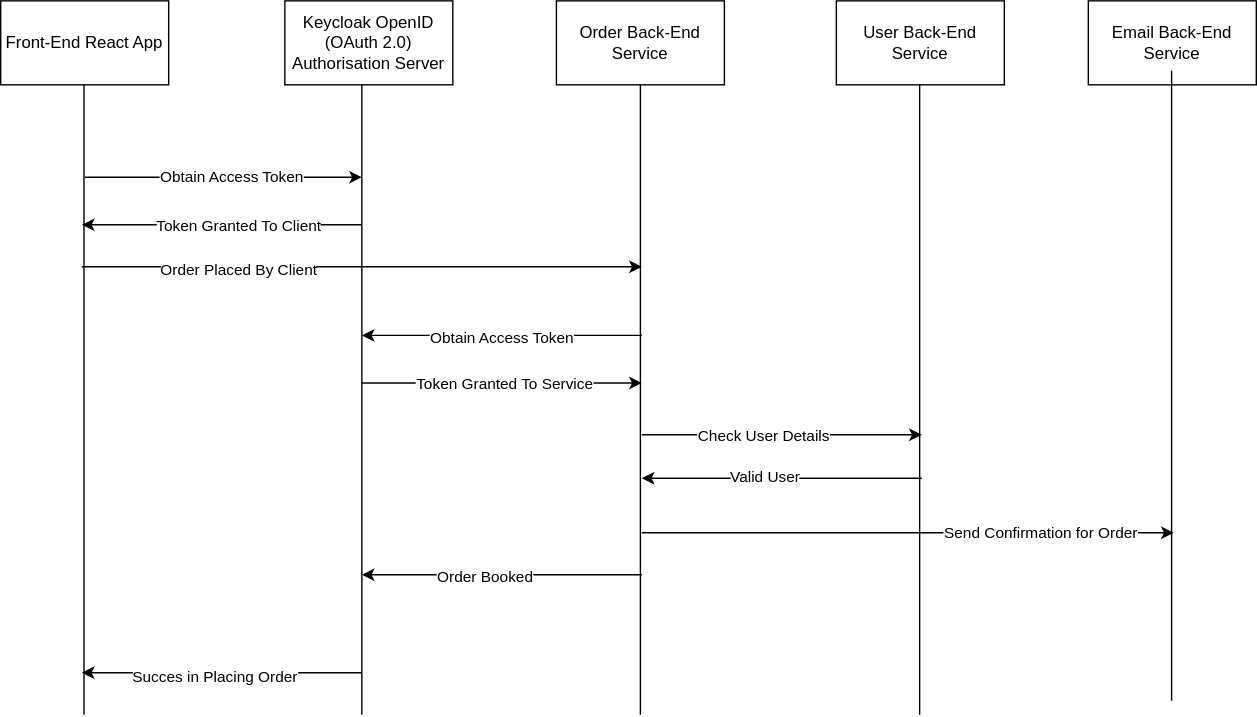
The draw.io diagram Food App Back-End Order Scenario .svg in gauravuq/Food-App-Back-End, before a commit. Source tidied: cells renumbered, new cells last; positions are measured from the earlier drawing's top-left corner, leaving out a move shared by most shapes.
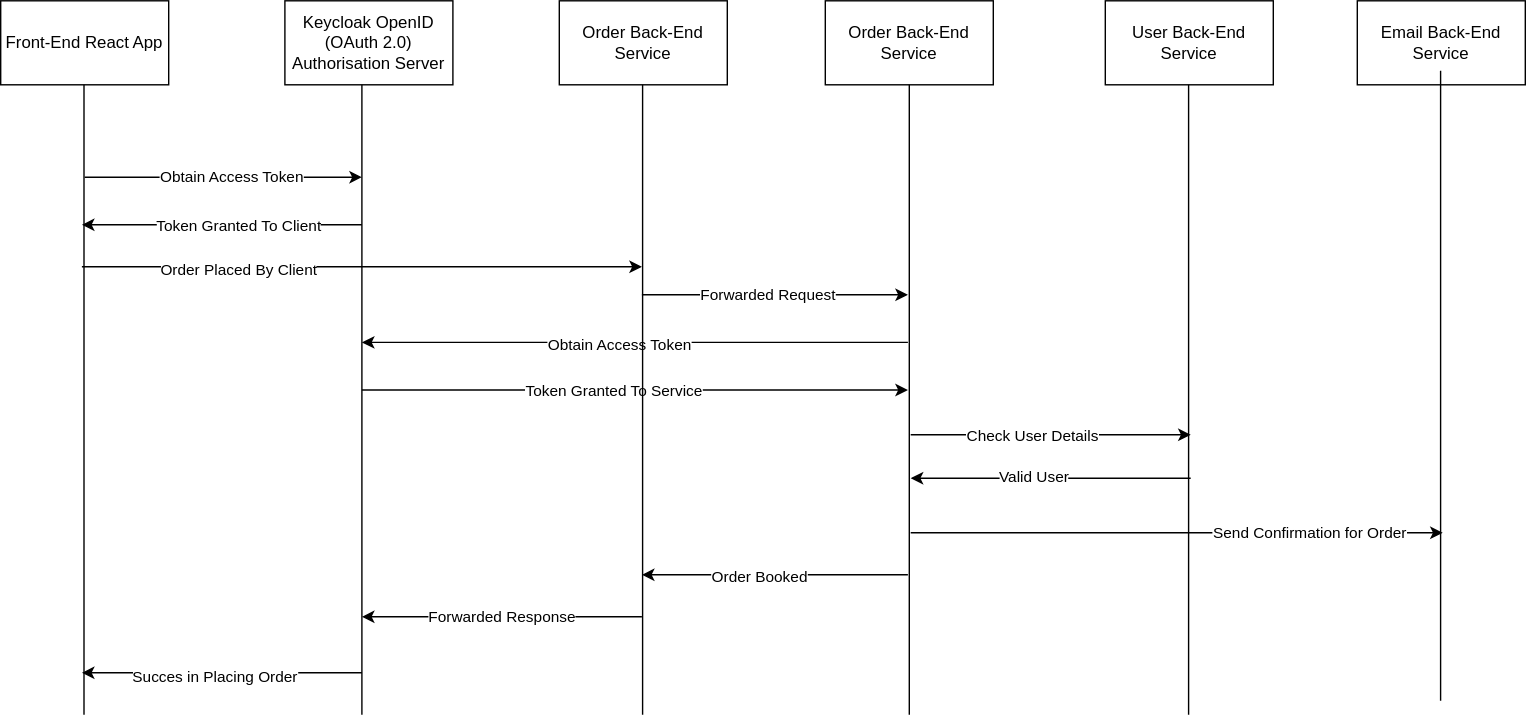
The same file after the commit.

The edit, as a diff of the source:
```diff
@@ -3,7 +3,7 @@
     <mxCell id="0" />
     <mxCell id="1" parent="0" />
     <mxCell id="2" value="Front-End React App" style="rounded=0;whiteSpace=wrap;html=1;" parent="1" vertex="1">
-      <mxGeometry width="120" height="60" as="geometry" />
+      <mxGeometry x="-192" width="120" height="60" as="geometry" />
     </mxCell>
     <mxCell id="3" value="&lt;span&gt;Order Back-End Service&lt;/span&gt;" style="rounded=0;whiteSpace=wrap;html=1;" parent="1" vertex="1">
       <mxGeometry x="397" width="120" height="60" as="geometry" />
@@ -12,7 +12,7 @@
       <mxGeometry x="777" width="120" height="60" as="geometry" />
     </mxCell>
     <mxCell id="5" value="&lt;span&gt;Keycloak OpenID (OAuth 2.0)&lt;/span&gt;&lt;br&gt;&lt;span&gt;Authorisation Server&lt;/span&gt;" style="rounded=0;whiteSpace=wrap;html=1;" parent="1" vertex="1">
-      <mxGeometry x="203" width="120" height="60" as="geometry" />
+      <mxGeometry x="11" width="120" height="60" as="geometry" />
     </mxCell>
     <mxCell id="6" value="&lt;span&gt;User Back-End Service&lt;/span&gt;" style="rounded=0;whiteSpace=wrap;html=1;" parent="1" vertex="1">
       <mxGeometry x="597" width="120" height="60" as="geometry" />
@@ -36,20 +36,20 @@
     </mxCell>
     <mxCell id="10" style="endArrow=none;html=1;entryX=0.5;entryY=1;entryDx=0;entryDy=0;" parent="1" edge="1">
       <mxGeometry relative="1" as="geometry">
-        <mxPoint x="258" y="510" as="sourcePoint" />
-        <mxPoint x="258" y="60" as="targetPoint" />
+        <mxPoint x="66" y="510" as="sourcePoint" />
+        <mxPoint x="66" y="60" as="targetPoint" />
       </mxGeometry>
     </mxCell>
     <mxCell id="11" style="endArrow=none;html=1;entryX=0.5;entryY=1;entryDx=0;entryDy=0;" parent="1" edge="1">
       <mxGeometry relative="1" as="geometry">
-        <mxPoint x="59.5" y="510" as="sourcePoint" />
-        <mxPoint x="59.5" y="60" as="targetPoint" />
+        <mxPoint x="-132.5" y="510" as="sourcePoint" />
+        <mxPoint x="-132.5" y="60" as="targetPoint" />
       </mxGeometry>
     </mxCell>
     <mxCell id="12" style="endArrow=classic;html=1;" parent="1" edge="1">
       <mxGeometry relative="1" as="geometry">
-        <mxPoint x="60" y="126" as="sourcePoint" />
-        <mxPoint x="258" y="126" as="targetPoint" />
+        <mxPoint x="-132" y="126" as="sourcePoint" />
+        <mxPoint x="66" y="126" as="targetPoint" />
       </mxGeometry>
     </mxCell>
     <mxCell id="13" value="Obtain Access Token" style="edgeLabel;html=1;align=center;verticalAlign=middle;" parent="12" vertex="1">
@@ -59,8 +59,8 @@
     </mxCell>
     <mxCell id="14" style="endArrow=classic;html=1;" parent="1" edge="1">
       <mxGeometry relative="1" as="geometry">
-        <mxPoint x="58" y="190" as="sourcePoint" />
-        <mxPoint x="458" y="190" as="targetPoint" />
+        <mxPoint x="-134" y="190" as="sourcePoint" />
+        <mxPoint x="266" y="190" as="targetPoint" />
       </mxGeometry>
     </mxCell>
     <mxCell id="15" value="Order Placed By Client" style="edgeLabel;html=1;align=center;verticalAlign=middle;" parent="14" vertex="1">
@@ -99,8 +99,8 @@
     </mxCell>
     <mxCell id="22" style="endArrow=classic;html=1;" parent="1" edge="1">
       <mxGeometry relative="1" as="geometry">
-        <mxPoint x="458" y="410" as="sourcePoint" />
-        <mxPoint x="258" y="410" as="targetPoint" />
+        <mxPoint x="456" y="410" as="sourcePoint" />
+        <mxPoint x="266" y="410" as="targetPoint" />
       </mxGeometry>
     </mxCell>
     <mxCell id="23" value="Order Booked" style="edgeLabel;html=1;align=center;verticalAlign=middle;" parent="22" vertex="1">
@@ -108,8 +108,8 @@
     </mxCell>
     <mxCell id="24" style="endArrow=classic;html=1;" parent="1" edge="1">
       <mxGeometry relative="1" as="geometry">
-        <mxPoint x="258" y="480" as="sourcePoint" />
-        <mxPoint x="58" y="480" as="targetPoint" />
+        <mxPoint x="66" y="480" as="sourcePoint" />
+        <mxPoint x="-134" y="480" as="targetPoint" />
       </mxGeometry>
     </mxCell>
     <mxCell id="25" value="Succes in Placing Order" style="edgeLabel;html=1;align=center;verticalAlign=middle;" parent="24" vertex="1">
@@ -119,8 +119,8 @@
     </mxCell>
     <mxCell id="26" style="endArrow=classic;html=1;" parent="1" edge="1">
       <mxGeometry relative="1" as="geometry">
-        <mxPoint x="258" y="160" as="sourcePoint" />
-        <mxPoint x="58" y="160" as="targetPoint" />
+        <mxPoint x="66" y="160" as="sourcePoint" />
+        <mxPoint x="-134" y="160" as="targetPoint" />
       </mxGeometry>
     </mxCell>
     <mxCell id="27" value="Token Granted To Client" style="edgeLabel;html=1;align=center;verticalAlign=middle;" parent="26" vertex="1">
@@ -130,8 +130,8 @@
     </mxCell>
     <mxCell id="28" style="endArrow=classic;html=1;" parent="1" edge="1">
       <mxGeometry relative="1" as="geometry">
-        <mxPoint x="458" y="239" as="sourcePoint" />
-        <mxPoint x="258" y="239" as="targetPoint" />
+        <mxPoint x="456" y="244" as="sourcePoint" />
+        <mxPoint x="66" y="244" as="targetPoint" />
       </mxGeometry>
     </mxCell>
     <mxCell id="29" value="Obtain Access Token" style="edgeLabel;html=1;align=center;verticalAlign=middle;" parent="28" vertex="1">
@@ -141,8 +141,8 @@
     </mxCell>
     <mxCell id="30" style="endArrow=classic;html=1;" parent="1" edge="1">
       <mxGeometry relative="1" as="geometry">
-        <mxPoint x="258" y="273" as="sourcePoint" />
-        <mxPoint x="458" y="273" as="targetPoint" />
+        <mxPoint x="66" y="278" as="sourcePoint" />
+        <mxPoint x="456" y="278" as="targetPoint" />
       </mxGeometry>
     </mxCell>
     <mxCell id="31" value="Token Granted To Service" style="edgeLabel;html=1;align=center;verticalAlign=middle;" parent="30" vertex="1">
@@ -150,5 +150,29 @@
         <mxPoint x="19" as="offset" />
       </mxGeometry>
     </mxCell>
+    <mxCell id="32" value="&lt;span&gt;Order Back-End Service&lt;/span&gt;" style="rounded=0;whiteSpace=wrap;html=1;" parent="1" vertex="1">
+      <mxGeometry x="207" width="120" height="60" as="geometry" />
+    </mxCell>
+    <mxCell id="33" style="endArrow=none;html=1;entryX=0.5;entryY=1;entryDx=0;entryDy=0;" parent="1" edge="1">
+      <mxGeometry relative="1" as="geometry">
+        <mxPoint x="266.5" y="510" as="sourcePoint" />
+        <mxPoint x="266.5" y="60" as="targetPoint" />
+      </mxGeometry>
+    </mxCell>
+    <mxCell id="34" value="Forwarded Request" style="endArrow=classic;html=1;" parent="1" edge="1">
+      <mxGeometry x="-0.05" relative="1" as="geometry">
+        <mxPoint x="266" y="210" as="sourcePoint" />
+        <mxPoint x="456" y="210" as="targetPoint" />
+        <Array as="points">
+          <mxPoint x="366" y="210" />
+        </Array>
+      </mxGeometry>
+    </mxCell>
+    <mxCell id="35" value="Forwarded Response" style="endArrow=classic;html=1;" parent="1" edge="1">
+      <mxGeometry relative="1" as="geometry">
+        <mxPoint x="266" y="440" as="sourcePoint" />
+        <mxPoint x="66" y="440" as="targetPoint" />
+      </mxGeometry>
+    </mxCell>
   </root>
 </mxGraphModel>
```
